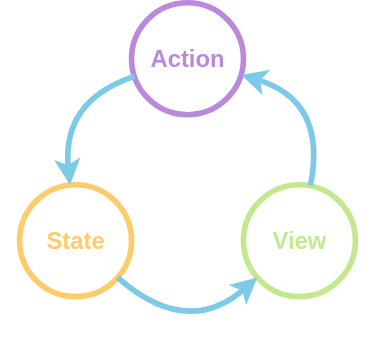
This is drawio/update_cycle.drawio.svg from alfertev2014/holyjs-2026-autumn, a draw.io export, as it was before one commit. Source tidied: cells renumbered, new cells last; positions are measured from the earlier drawing's top-left corner, leaving out a move shared by most shapes. The source it was exported from:
```xml
<mxGraphModel>
  <root>
    <mxCell id="0" />
    <mxCell id="1" parent="0" />
    <mxCell id="2" value="&lt;span style=&quot;color: light-dark(rgb(255, 203, 107), rgb(255, 203, 107));&quot;&gt;State&lt;/span&gt;" style="ellipse;whiteSpace=wrap;html=1;shapeInside=1;strokeWidth=4;verticalAlign=middle;fontSize=17;fontStyle=1;strokeColor=light-dark(#FFCB6B,#FFCB6B);fontColor=light-dark(#FFCB6B,#FFCB6B);fillColor=none;" parent="1" vertex="1">
      <mxGeometry y="130" width="80" height="80" as="geometry" />
    </mxCell>
    <mxCell id="3" value="&lt;span style=&quot;color: light-dark(rgb(195, 232, 141), rgb(195, 232, 141));&quot;&gt;View&lt;/span&gt;" style="ellipse;whiteSpace=wrap;html=1;shapeInside=1;strokeWidth=4;verticalAlign=middle;fontSize=17;fontStyle=1;strokeColor=light-dark(#C3E88D,#C3E88D);fontColor=light-dark(#C3E88D,#C3E88D);fillColor=none;" parent="1" vertex="1">
      <mxGeometry x="160" y="130" width="80" height="80" as="geometry" />
    </mxCell>
    <mxCell id="4" value="&lt;div&gt;&lt;span style=&quot;color: light-dark(rgb(187, 137, 220), rgb(187, 137, 220));&quot;&gt;Action&lt;/span&gt;&lt;/div&gt;" style="ellipse;whiteSpace=wrap;html=1;shapeInside=1;strokeWidth=4;verticalAlign=middle;fontSize=17;fontStyle=1;strokeColor=light-dark(#BB89DC,#BB89DC);fontColor=light-dark(#BB89DC,#BB89DC);fillColor=none;" parent="1" vertex="1">
      <mxGeometry x="80" width="80" height="80" as="geometry" />
    </mxCell>
    <mxCell id="5" style="curved=1;curveGeometry=1;endArrow=classic;html=1;strokeWidth=4;strokeColor=light-dark(#7DC9E8,#7DC9E8);fontSize=17;labelBackgroundColor=none;fontColor=light-dark(#FFFFFF,#FFFFFF);" parent="1" edge="1" source="2" target="3">
      <mxGeometry x="-0.03" relative="1" as="geometry">
        <Array as="points">
          <mxPoint x="120" y="240" />
        </Array>
      </mxGeometry>
    </mxCell>
    <mxCell id="6" value="&lt;span style=&quot;color: light-dark(rgb(255, 255, 255), rgb(255, 255, 255));&quot;&gt;render function&lt;/span&gt;" style="edgeLabel;html=1;align=center;verticalAlign=middle;fontSize=17;fontStyle=1;labelBackgroundColor=none;" parent="5" vertex="1">
      <mxGeometry x="-0.03" relative="1" as="geometry">
        <mxPoint x="2" y="22" as="offset" />
      </mxGeometry>
    </mxCell>
    <mxCell id="7" style="curved=1;curveGeometry=1;endArrow=classic;html=1;strokeWidth=4;strokeColor=light-dark(#7DC9E8,#7DC9E8);labelBackgroundColor=none;fontColor=light-dark(#FFFFFF,#FFFFFF);" parent="1" edge="1" source="3" target="4">
      <mxGeometry relative="1" as="geometry">
        <Array as="points">
          <mxPoint x="220" y="70" />
        </Array>
      </mxGeometry>
    </mxCell>
    <mxCell id="8" value="&lt;span style=&quot;color: light-dark(rgb(255, 255, 255), rgb(255, 255, 255));&quot;&gt;event&lt;/span&gt;" style="edgeLabel;html=1;align=center;verticalAlign=middle;fontSize=17;fontStyle=1;labelBackgroundColor=none;" parent="7" vertex="1">
      <mxGeometry x="-0.05" y="-2" relative="1" as="geometry">
        <mxPoint x="36" y="19" as="offset" />
      </mxGeometry>
    </mxCell>
    <mxCell id="9" style="curved=1;curveGeometry=1;endArrow=classic;html=1;strokeWidth=4;strokeColor=light-dark(#7DC9E8,#7DC9E8);labelBackgroundColor=none;fontColor=light-dark(#FFFFFF,#FFFFFF);" parent="1" edge="1" source="4" target="2">
      <mxGeometry relative="1" as="geometry">
        <Array as="points">
          <mxPoint x="30" y="70" />
        </Array>
      </mxGeometry>
    </mxCell>
    <mxCell id="10" value="&lt;span style=&quot;color: light-dark(rgb(255, 255, 255), rgb(255, 255, 255));&quot;&gt;mutation&lt;/span&gt;" style="edgeLabel;html=1;align=center;verticalAlign=middle;fontSize=17;fontStyle=1;labelBackgroundColor=none;" parent="9" vertex="1">
      <mxGeometry x="-0.03" y="-5" relative="1" as="geometry">
        <mxPoint x="-20" y="-28" as="offset" />
      </mxGeometry>
    </mxCell>
  </root>
</mxGraphModel>
```
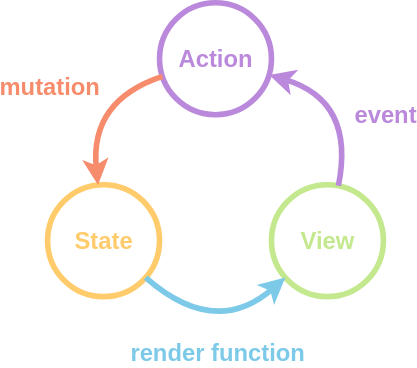
Above is the later version.

Change to the diagram source:
```diff
@@ -18,33 +18,33 @@
         </Array>
       </mxGeometry>
     </mxCell>
-    <mxCell id="6" value="&lt;span style=&quot;color: light-dark(rgb(255, 255, 255), rgb(255, 255, 255));&quot;&gt;render function&lt;/span&gt;" style="edgeLabel;html=1;align=center;verticalAlign=middle;fontSize=17;fontStyle=1;labelBackgroundColor=none;" parent="5" vertex="1">
+    <mxCell id="6" value="&lt;span style=&quot;color: light-dark(rgb(125, 201, 232), rgb(125, 201, 232));&quot;&gt;render function&lt;/span&gt;" style="edgeLabel;html=1;align=center;verticalAlign=middle;fontSize=17;fontStyle=1;labelBackgroundColor=none;" parent="5" vertex="1">
       <mxGeometry x="-0.03" relative="1" as="geometry">
-        <mxPoint x="2" y="22" as="offset" />
+        <mxPoint x="2" y="32" as="offset" />
       </mxGeometry>
     </mxCell>
-    <mxCell id="7" style="curved=1;curveGeometry=1;endArrow=classic;html=1;strokeWidth=4;strokeColor=light-dark(#7DC9E8,#7DC9E8);labelBackgroundColor=none;fontColor=light-dark(#FFFFFF,#FFFFFF);" parent="1" edge="1" source="3" target="4">
+    <mxCell id="7" style="curved=1;curveGeometry=1;endArrow=classic;html=1;strokeWidth=4;strokeColor=light-dark(#BB89DC,#BB89DC);labelBackgroundColor=none;fontColor=light-dark(#FFFFFF,#FFFFFF);" parent="1" edge="1" source="3" target="4">
       <mxGeometry relative="1" as="geometry">
         <Array as="points">
           <mxPoint x="220" y="70" />
         </Array>
       </mxGeometry>
     </mxCell>
-    <mxCell id="8" value="&lt;span style=&quot;color: light-dark(rgb(255, 255, 255), rgb(255, 255, 255));&quot;&gt;event&lt;/span&gt;" style="edgeLabel;html=1;align=center;verticalAlign=middle;fontSize=17;fontStyle=1;labelBackgroundColor=none;" parent="7" vertex="1">
+    <mxCell id="8" value="&lt;span style=&quot;color: light-dark(rgb(187, 137, 220), rgb(187, 137, 220));&quot;&gt;event&lt;/span&gt;" style="edgeLabel;html=1;align=center;verticalAlign=middle;fontSize=17;fontStyle=1;labelBackgroundColor=none;" parent="7" vertex="1">
       <mxGeometry x="-0.05" y="-2" relative="1" as="geometry">
-        <mxPoint x="36" y="19" as="offset" />
+        <mxPoint x="36" y="-1" as="offset" />
       </mxGeometry>
     </mxCell>
-    <mxCell id="9" style="curved=1;curveGeometry=1;endArrow=classic;html=1;strokeWidth=4;strokeColor=light-dark(#7DC9E8,#7DC9E8);labelBackgroundColor=none;fontColor=light-dark(#FFFFFF,#FFFFFF);" parent="1" edge="1" source="4" target="2">
+    <mxCell id="9" style="curved=1;curveGeometry=1;endArrow=classic;html=1;strokeWidth=4;strokeColor=light-dark(#F78C6C,#F78C6C);labelBackgroundColor=none;fontColor=light-dark(#FFFFFF,#FFFFFF);" parent="1" edge="1" source="4" target="2">
       <mxGeometry relative="1" as="geometry">
         <Array as="points">
           <mxPoint x="30" y="70" />
         </Array>
       </mxGeometry>
     </mxCell>
-    <mxCell id="10" value="&lt;span style=&quot;color: light-dark(rgb(255, 255, 255), rgb(255, 255, 255));&quot;&gt;mutation&lt;/span&gt;" style="edgeLabel;html=1;align=center;verticalAlign=middle;fontSize=17;fontStyle=1;labelBackgroundColor=none;" parent="9" vertex="1">
+    <mxCell id="10" value="&lt;span style=&quot;color: light-dark(rgb(247, 140, 108), rgb(247, 140, 108));&quot;&gt;mutation&lt;/span&gt;" style="edgeLabel;html=1;align=center;verticalAlign=middle;fontSize=17;fontStyle=1;labelBackgroundColor=none;" parent="9" vertex="1">
       <mxGeometry x="-0.03" y="-5" relative="1" as="geometry">
-        <mxPoint x="-20" y="-28" as="offset" />
+        <mxPoint x="-40" y="-18" as="offset" />
       </mxGeometry>
     </mxCell>
   </root>
```
